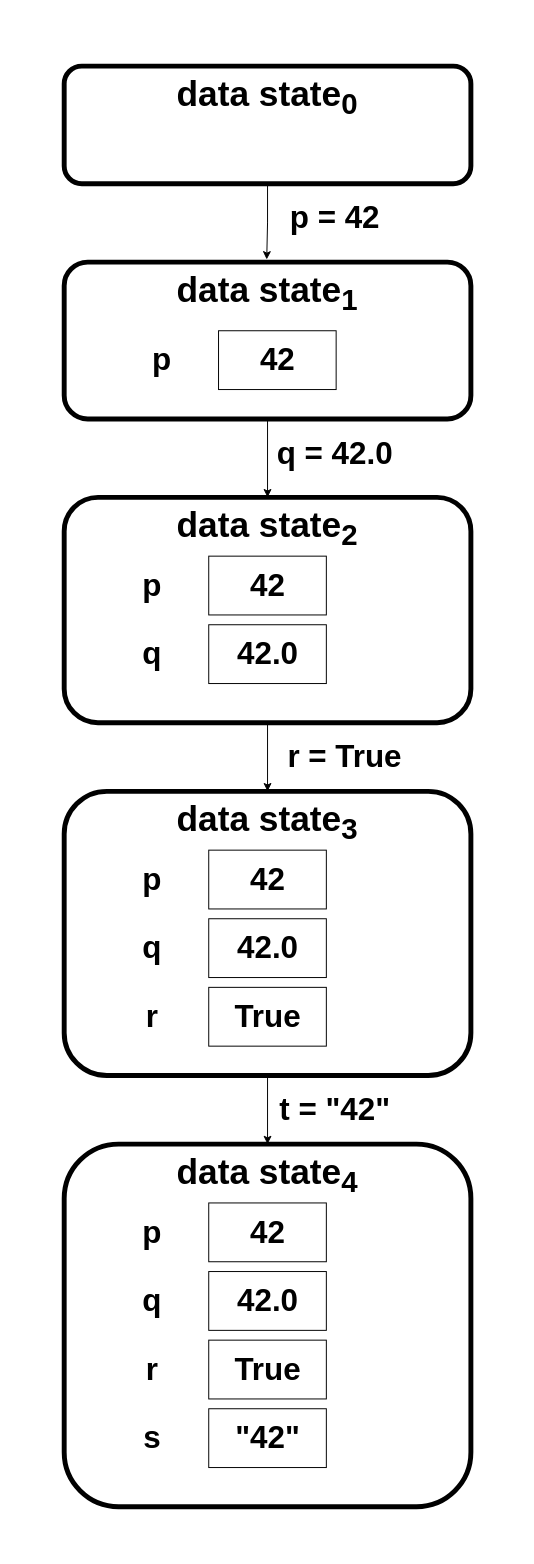
Earlier version of the draw.io diagram page "variables-2" (1 of 2) of docs/diagrams.drawio (kushnertodd/basic-data-science-python). Source tidied: cells renumbered, new cells numbered last; positions are measured from the earlier drawing's top-left corner, leaving out a move shared by most shapes. Both pictures are drawn from the tidied source at 98%, with x=0, y=0 at pixel (17, 17).
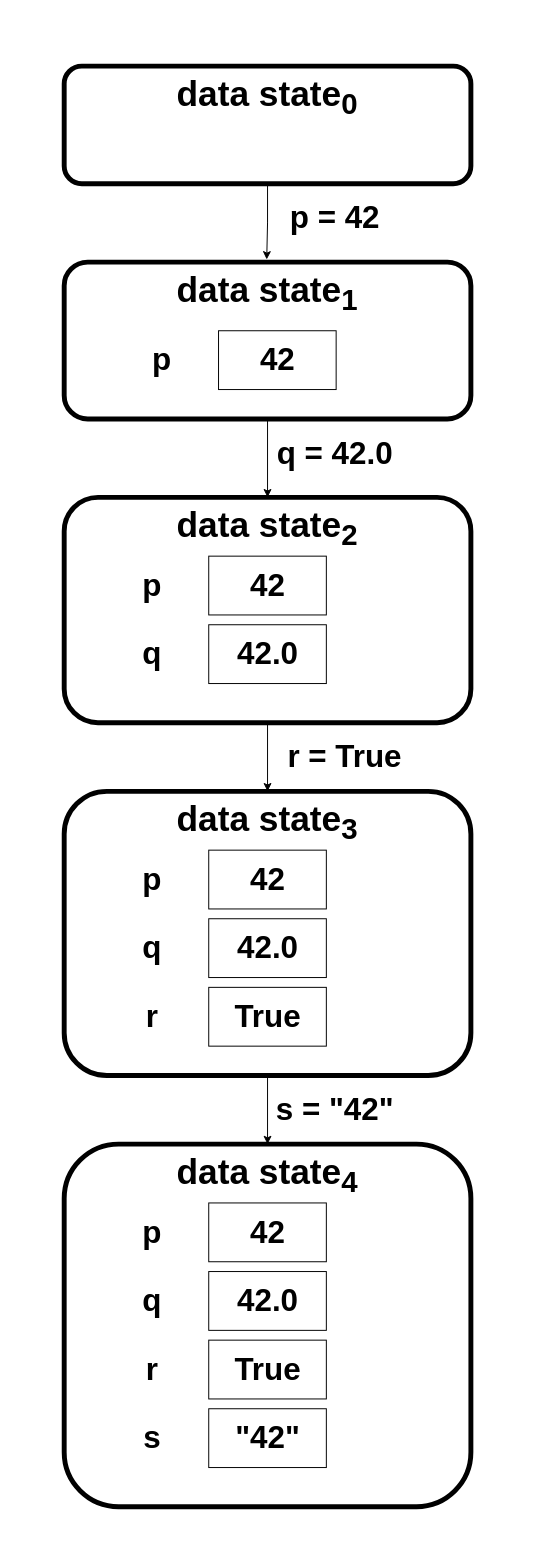
The same page after the edit.

Change to the diagram source:
```diff
@@
-    <mxCell id="33" value="&lt;font style=&quot;font-size: 32px;&quot;&gt;&lt;b&gt;t = &quot;42&quot;&lt;/b&gt;&lt;/font&gt;" style="text;html=1;whiteSpace=wrap;strokeColor=none;fillColor=none;align=center;verticalAlign=middle;rounded=0;" parent="1" vertex="1">
+    <mxCell id="33" value="&lt;font style=&quot;font-size: 32px;&quot;&gt;&lt;b&gt;s = &quot;42&quot;&lt;/b&gt;&lt;/font&gt;" style="text;html=1;whiteSpace=wrap;strokeColor=none;fillColor=none;align=center;verticalAlign=middle;rounded=0;" parent="1" vertex="1">
       <mxGeometry x="258" y="1100" width="132.5" height="30" as="geometry" />
     </mxCell>
```
